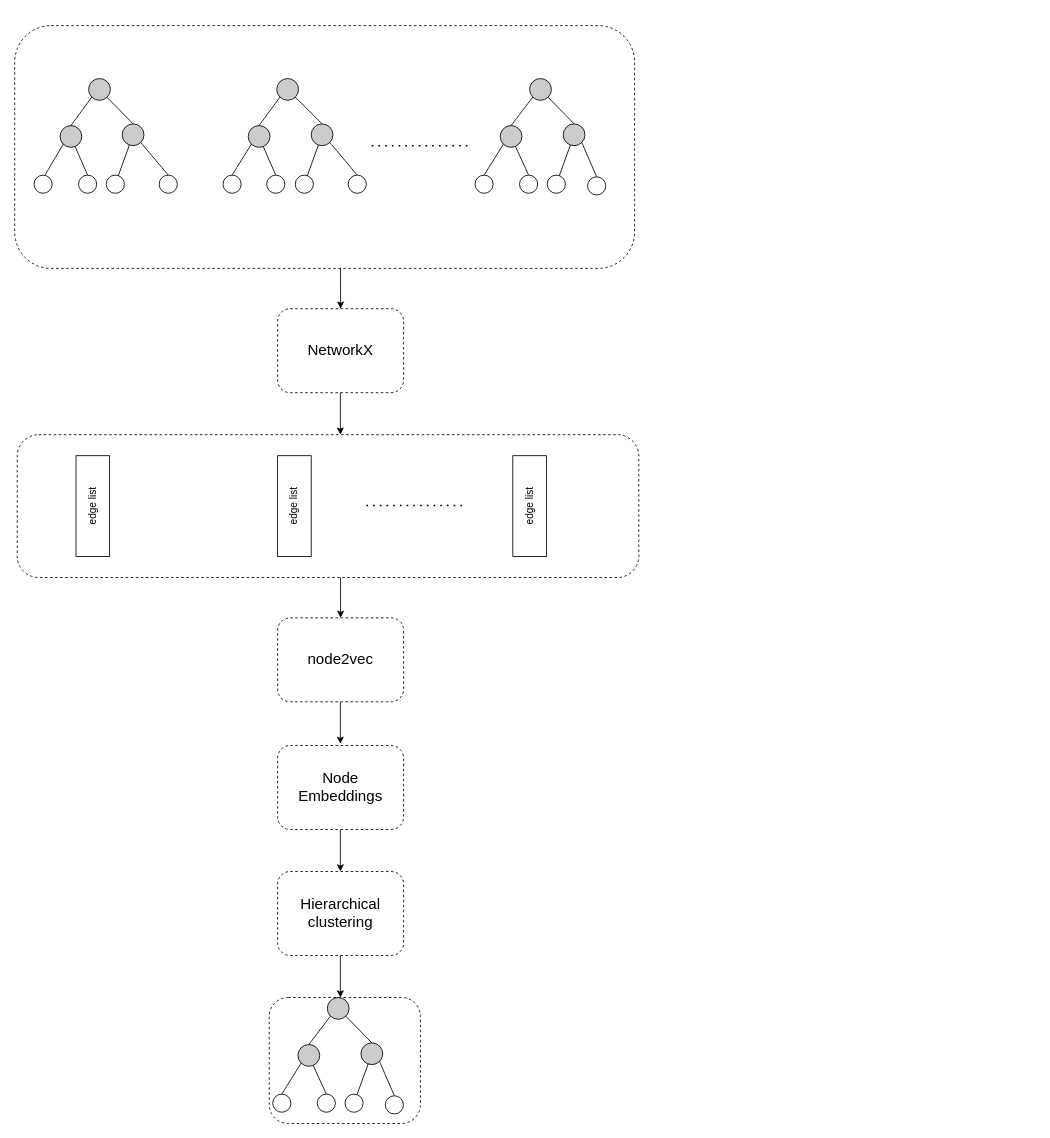
Above: page "Page-2" (1 of 2) of img/Diagram.drawio in habibsifat/ConsensusTree (draw.io), before the change. Source tidied: cells renumbered, new cells numbered last; positions are measured from the earlier drawing's top-left corner, leaving out a move shared by most shapes. Both pictures are drawn from the tidied source at 84%, with x=0, y=0 at pixel (14, 25).
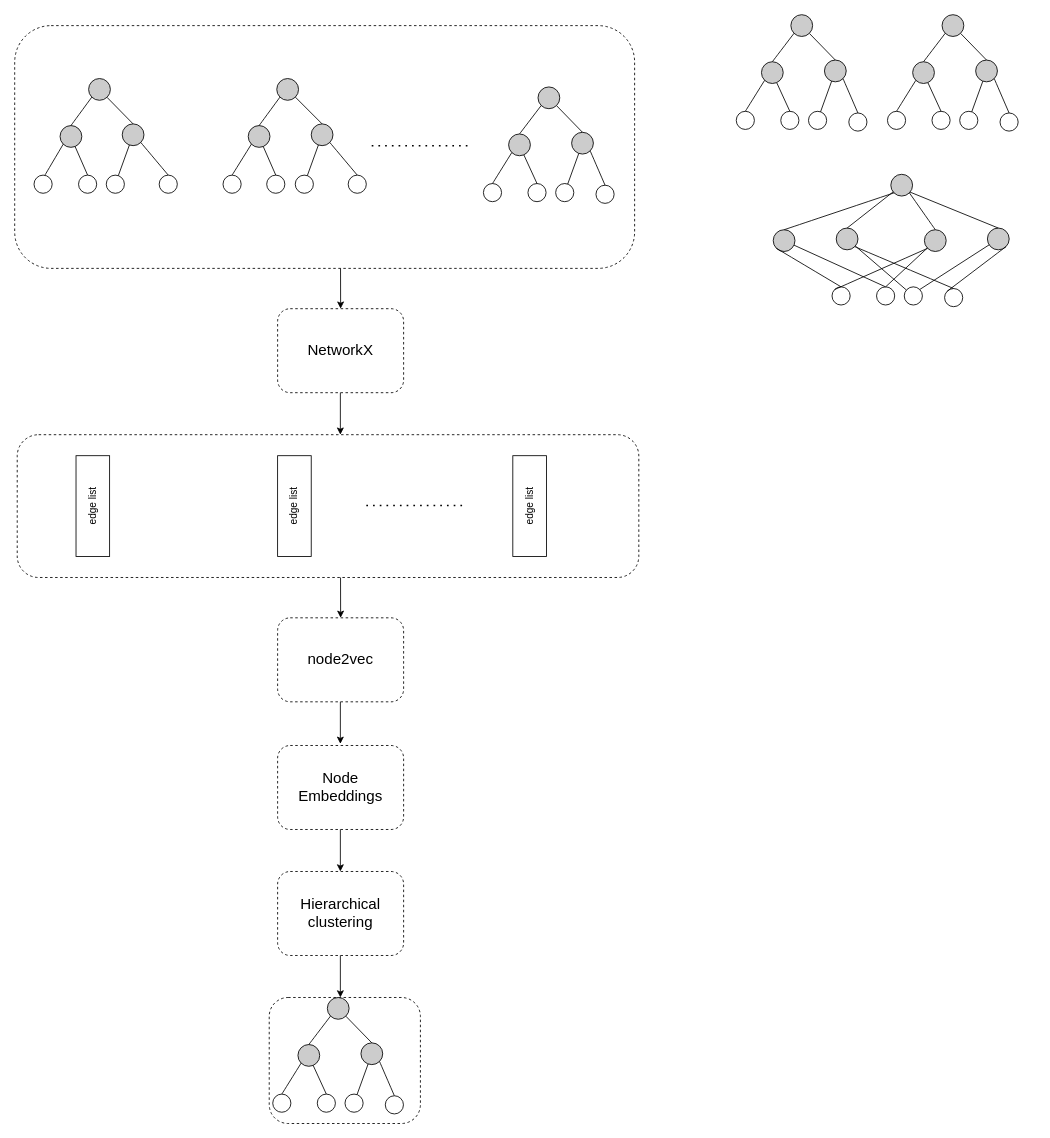
The same diagram, later.

Unchanged cells that the change refers to:
```xml
<mxCell id="10" value="&lt;b&gt;&lt;br&gt;&lt;/b&gt;" style="ellipse;whiteSpace=wrap;html=1;fontSize=20;fillColor=#CCCCCC;rotation=0;" parent="6" vertex="1">
  <mxGeometry x="30" y="56" width="25.9" height="25.9" as="geometry" />
</mxCell>
<mxCell id="11" value="&lt;b&gt;&lt;br&gt;&lt;/b&gt;" style="ellipse;whiteSpace=wrap;html=1;fontSize=20;fillColor=#CCCCCC;rotation=0;" parent="6" vertex="1">
  <mxGeometry x="105" y="54" width="25.9" height="25.9" as="geometry" />
</mxCell>
```

The edit, as a diff of the source:
```diff
@@
     <mxCell id="6" style="group;dashed=1;dashPattern=12 12;" parent="1" vertex="1">
-      <mxGeometry x="548" y="63" width="161.6" height="136.6" as="geometry" />
+      <mxGeometry x="873" y="187" width="161.6" height="136.6" as="geometry" />
     </mxCell>
-    <mxCell id="7" style="endArrow=none;html=1;rounded=0;" parent="6" edge="1" source="13">
-      <mxGeometry relative="1" as="geometry">
-        <mxPoint x="87" y="10" as="targetPoint" />
-      </mxGeometry>
-    </mxCell>
@@
-    <mxCell id="12" style="endArrow=none;html=1;rounded=0;exitX=0.5;exitY=0;exitDx=0;exitDy=0;" parent="6" edge="1" source="11" target="13">
-      <mxGeometry relative="1" as="geometry" />
-    </mxCell>
-    <mxCell id="13" value="&lt;b&gt;&lt;br&gt;&lt;/b&gt;" style="ellipse;whiteSpace=wrap;html=1;fontSize=20;fillColor=#CCCCCC;rotation=0;" parent="6" vertex="1">
-      <mxGeometry x="65" width="25.9" height="25.9" as="geometry" />
-    </mxCell>
-    <mxCell id="14" style="endArrow=none;html=1;rounded=0;fontSize=12;startSize=8;endSize=8;curved=1;exitX=1;exitY=1;exitDx=0;exitDy=0;entryX=0.5;entryY=0;entryDx=0;entryDy=0;" parent="6" edge="1" source="11" target="19">
-      <mxGeometry relative="1" as="geometry" />
-    </mxCell>
-    <mxCell id="15" style="ellipse;whiteSpace=wrap;html=1;fontSize=20;rotation=0;" parent="6" vertex="1">
-      <mxGeometry y="115" width="21.6" height="21.6" as="geometry" />
-    </mxCell>
-    <mxCell id="16" style="ellipse;whiteSpace=wrap;html=1;fontSize=20;rotation=0;" parent="6" vertex="1">
-      <mxGeometry x="53" y="115" width="21.6" height="21.6" as="geometry" />
-    </mxCell>
-    <mxCell id="17" style="endArrow=none;html=1;rounded=0;" parent="6" edge="1" target="18">
-      <mxGeometry relative="1" as="geometry">
-        <mxPoint x="97" y="123" as="sourcePoint" />
-      </mxGeometry>
-    </mxCell>
-    <mxCell id="18" style="ellipse;whiteSpace=wrap;html=1;fontSize=20;rotation=0;" parent="6" vertex="1">
-      <mxGeometry x="86" y="115" width="21.6" height="21.6" as="geometry" />
-    </mxCell>
-    <mxCell id="19" style="ellipse;whiteSpace=wrap;html=1;fontSize=20;rotation=0;" parent="6" vertex="1">
-      <mxGeometry x="134" y="117" width="21.6" height="21.6" as="geometry" />
-    </mxCell>
-    <mxCell id="20" style="endArrow=none;html=1;rounded=0;entryX=0.5;entryY=0;entryDx=0;entryDy=0;" parent="6" edge="1" source="10" target="16">
-      <mxGeometry relative="1" as="geometry" />
-    </mxCell>
-    <mxCell id="21" style="endArrow=none;html=1;rounded=0;fontSize=12;startSize=8;endSize=8;curved=1;entryX=0;entryY=1;entryDx=0;entryDy=0;exitX=0.5;exitY=0;exitDx=0;exitDy=0;" parent="6" edge="1" source="10" target="13">
-      <mxGeometry relative="1" as="geometry" />
-    </mxCell>
-    <mxCell id="22" style="endArrow=none;html=1;rounded=0;" parent="6" edge="1" source="18" target="11">
-      <mxGeometry relative="1" as="geometry" />
-    </mxCell>
-    <mxCell id="23" style="endArrow=none;html=1;rounded=0;fontSize=12;startSize=8;endSize=8;curved=1;entryX=0;entryY=1;entryDx=0;entryDy=0;exitX=0.5;exitY=0;exitDx=0;exitDy=0;" parent="6" edge="1" source="15" target="10">
-      <mxGeometry relative="1" as="geometry" />
-    </mxCell>
@@
+    <mxCell id="91" style="group;dashed=1;dashPattern=12 12;" parent="1" vertex="1">
+      <mxGeometry x="558" y="73" width="161.6" height="136.6" as="geometry" />
+    </mxCell>
+    <mxCell id="92" style="endArrow=none;html=1;rounded=0;" parent="91" edge="1" source="98">
+      <mxGeometry relative="1" as="geometry">
+        <mxPoint x="87" y="10" as="targetPoint" />
+      </mxGeometry>
+    </mxCell>
+    <mxCell id="93" style="endArrow=none;html=1;rounded=0;" parent="91" edge="1" source="96">
+      <mxGeometry relative="1" as="geometry">
+        <mxPoint x="128" y="67" as="targetPoint" />
+      </mxGeometry>
+    </mxCell>
+    <mxCell id="94" style="endArrow=none;html=1;rounded=0;" parent="91" edge="1" target="95">
+      <mxGeometry relative="1" as="geometry">
+        <mxPoint x="45" y="67" as="sourcePoint" />
+      </mxGeometry>
+    </mxCell>
+    <mxCell id="95" value="&lt;b&gt;&lt;br&gt;&lt;/b&gt;" style="ellipse;whiteSpace=wrap;html=1;fontSize=20;fillColor=#CCCCCC;rotation=0;" parent="91" vertex="1">
+      <mxGeometry x="30" y="56" width="25.9" height="25.9" as="geometry" />
+    </mxCell>
+    <mxCell id="96" value="&lt;b&gt;&lt;br&gt;&lt;/b&gt;" style="ellipse;whiteSpace=wrap;html=1;fontSize=20;fillColor=#CCCCCC;rotation=0;" parent="91" vertex="1">
+      <mxGeometry x="105" y="54" width="25.9" height="25.9" as="geometry" />
+    </mxCell>
+    <mxCell id="97" style="endArrow=none;html=1;rounded=0;exitX=0.5;exitY=0;exitDx=0;exitDy=0;" parent="91" edge="1" source="96" target="98">
+      <mxGeometry relative="1" as="geometry" />
+    </mxCell>
+    <mxCell id="98" value="&lt;b&gt;&lt;br&gt;&lt;/b&gt;" style="ellipse;whiteSpace=wrap;html=1;fontSize=20;fillColor=#CCCCCC;rotation=0;" parent="91" vertex="1">
+      <mxGeometry x="65" width="25.9" height="25.9" as="geometry" />
+    </mxCell>
+    <mxCell id="99" style="endArrow=none;html=1;rounded=0;fontSize=12;startSize=8;endSize=8;curved=1;exitX=1;exitY=1;exitDx=0;exitDy=0;entryX=0.5;entryY=0;entryDx=0;entryDy=0;" parent="91" edge="1" source="96" target="104">
+      <mxGeometry relative="1" as="geometry" />
+    </mxCell>
+    <mxCell id="100" style="ellipse;whiteSpace=wrap;html=1;fontSize=20;rotation=0;" parent="91" vertex="1">
+      <mxGeometry y="115" width="21.6" height="21.6" as="geometry" />
+    </mxCell>
+    <mxCell id="101" style="ellipse;whiteSpace=wrap;html=1;fontSize=20;rotation=0;" parent="91" vertex="1">
+      <mxGeometry x="53" y="115" width="21.6" height="21.6" as="geometry" />
+    </mxCell>
+    <mxCell id="102" style="endArrow=none;html=1;rounded=0;" parent="91" edge="1" target="103">
+      <mxGeometry relative="1" as="geometry">
+        <mxPoint x="97" y="123" as="sourcePoint" />
+      </mxGeometry>
+    </mxCell>
+    <mxCell id="103" style="ellipse;whiteSpace=wrap;html=1;fontSize=20;rotation=0;" parent="91" vertex="1">
+      <mxGeometry x="86" y="115" width="21.6" height="21.6" as="geometry" />
+    </mxCell>
+    <mxCell id="104" style="ellipse;whiteSpace=wrap;html=1;fontSize=20;rotation=0;" parent="91" vertex="1">
+      <mxGeometry x="134" y="117" width="21.6" height="21.6" as="geometry" />
+    </mxCell>
+    <mxCell id="105" style="endArrow=none;html=1;rounded=0;entryX=0.5;entryY=0;entryDx=0;entryDy=0;" parent="91" edge="1" source="95" target="101">
+      <mxGeometry relative="1" as="geometry" />
+    </mxCell>
+    <mxCell id="106" style="endArrow=none;html=1;rounded=0;fontSize=12;startSize=8;endSize=8;curved=1;entryX=0;entryY=1;entryDx=0;entryDy=0;exitX=0.5;exitY=0;exitDx=0;exitDy=0;" parent="91" edge="1" source="95" target="98">
+      <mxGeometry relative="1" as="geometry" />
+    </mxCell>
+    <mxCell id="107" style="endArrow=none;html=1;rounded=0;" parent="91" edge="1" source="103" target="96">
+      <mxGeometry relative="1" as="geometry" />
+    </mxCell>
+    <mxCell id="108" style="endArrow=none;html=1;rounded=0;fontSize=12;startSize=8;endSize=8;curved=1;entryX=0;entryY=1;entryDx=0;entryDy=0;exitX=0.5;exitY=0;exitDx=0;exitDy=0;" parent="91" edge="1" source="100" target="95">
+      <mxGeometry relative="1" as="geometry" />
+    </mxCell>
+    <mxCell id="109" style="group;dashed=1;dashPattern=12 12;" parent="1" vertex="1">
+      <mxGeometry x="1053" y="187" width="161.6" height="136.6" as="geometry" />
+    </mxCell>
+    <mxCell id="110" style="endArrow=none;html=1;rounded=0;" parent="109" edge="1" source="113">
+      <mxGeometry relative="1" as="geometry">
+        <mxPoint x="128" y="67" as="targetPoint" />
+      </mxGeometry>
+    </mxCell>
+    <mxCell id="111" style="endArrow=none;html=1;rounded=0;" parent="109" edge="1" target="112">
+      <mxGeometry relative="1" as="geometry">
+        <mxPoint x="45" y="67" as="sourcePoint" />
+      </mxGeometry>
+    </mxCell>
+    <mxCell id="112" value="&lt;b&gt;&lt;br&gt;&lt;/b&gt;" style="ellipse;whiteSpace=wrap;html=1;fontSize=20;fillColor=#CCCCCC;rotation=0;" parent="109" vertex="1">
+      <mxGeometry x="30" y="56" width="25.9" height="25.9" as="geometry" />
+    </mxCell>
+    <mxCell id="113" value="&lt;b&gt;&lt;br&gt;&lt;/b&gt;" style="ellipse;whiteSpace=wrap;html=1;fontSize=20;fillColor=#CCCCCC;rotation=0;" parent="109" vertex="1">
+      <mxGeometry x="105" y="54" width="25.9" height="25.9" as="geometry" />
+    </mxCell>
+    <mxCell id="114" style="endArrow=none;html=1;rounded=0;exitX=0.5;exitY=0;exitDx=0;exitDy=0;" parent="109" edge="1" source="113">
+      <mxGeometry relative="1" as="geometry">
+        <mxPoint x="10" y="10" as="targetPoint" />
+      </mxGeometry>
+    </mxCell>
+    <mxCell id="115" style="endArrow=none;html=1;rounded=0;fontSize=12;startSize=8;endSize=8;curved=1;entryX=1;entryY=1;entryDx=0;entryDy=0;exitX=0.5;exitY=0;exitDx=0;exitDy=0;" parent="109" edge="1" source="112" target="13">
+      <mxGeometry relative="1" as="geometry" />
+    </mxCell>
+    <mxCell id="13" value="&lt;b&gt;&lt;br&gt;&lt;/b&gt;" style="ellipse;whiteSpace=wrap;html=1;fontSize=20;fillColor=#CCCCCC;rotation=0;" parent="109" vertex="1">
+      <mxGeometry x="-10" y="-10" width="25.9" height="25.9" as="geometry" />
+    </mxCell>
+    <mxCell id="12" style="endArrow=none;html=1;rounded=0;exitX=0.5;exitY=0;exitDx=0;exitDy=0;" parent="1" edge="1" source="11" target="13">
+      <mxGeometry relative="1" as="geometry" />
+    </mxCell>
+    <mxCell id="21" style="endArrow=none;html=1;rounded=0;fontSize=12;startSize=8;endSize=8;curved=1;entryX=0;entryY=1;entryDx=0;entryDy=0;exitX=0.5;exitY=0;exitDx=0;exitDy=0;" parent="1" edge="1" source="10" target="13">
+      <mxGeometry relative="1" as="geometry" />
+    </mxCell>
+    <mxCell id="15" style="ellipse;whiteSpace=wrap;html=1;fontSize=20;rotation=0;" parent="1" vertex="1">
+      <mxGeometry x="973" y="311" width="21.6" height="21.6" as="geometry" />
+    </mxCell>
+    <mxCell id="16" style="ellipse;whiteSpace=wrap;html=1;fontSize=20;rotation=0;" parent="1" vertex="1">
+      <mxGeometry x="1026" y="311" width="21.6" height="21.6" as="geometry" />
+    </mxCell>
+    <mxCell id="17" style="endArrow=none;html=1;rounded=0;" parent="1" edge="1" target="18">
+      <mxGeometry relative="1" as="geometry">
+        <mxPoint x="1070" y="319" as="sourcePoint" />
+      </mxGeometry>
+    </mxCell>
+    <mxCell id="18" style="ellipse;whiteSpace=wrap;html=1;fontSize=20;rotation=0;" parent="1" vertex="1">
+      <mxGeometry x="1059" y="311" width="21.6" height="21.6" as="geometry" />
+    </mxCell>
+    <mxCell id="19" style="ellipse;whiteSpace=wrap;html=1;fontSize=20;rotation=0;" parent="1" vertex="1">
+      <mxGeometry x="1107" y="313" width="21.6" height="21.6" as="geometry" />
+    </mxCell>
+    <mxCell id="23" style="endArrow=none;html=1;rounded=0;fontSize=12;startSize=8;endSize=8;curved=1;entryX=0;entryY=1;entryDx=0;entryDy=0;exitX=0.5;exitY=0;exitDx=0;exitDy=0;" parent="1" edge="1" source="15" target="10">
+      <mxGeometry relative="1" as="geometry" />
+    </mxCell>
+    <mxCell id="20" style="endArrow=none;html=1;rounded=0;entryX=0.5;entryY=0;entryDx=0;entryDy=0;" parent="1" edge="1" source="10" target="16">
+      <mxGeometry relative="1" as="geometry" />
+    </mxCell>
+    <mxCell id="22" style="endArrow=none;html=1;rounded=0;" parent="1" edge="1" source="18" target="11">
+      <mxGeometry relative="1" as="geometry" />
+    </mxCell>
+    <mxCell id="14" style="endArrow=none;html=1;rounded=0;fontSize=12;startSize=8;endSize=8;curved=1;exitX=1;exitY=1;exitDx=0;exitDy=0;entryX=0.5;entryY=0;entryDx=0;entryDy=0;" parent="1" edge="1" source="11" target="19">
+      <mxGeometry relative="1" as="geometry" />
+    </mxCell>
+    <mxCell id="116" style="endArrow=none;html=1;rounded=0;fontSize=12;startSize=8;endSize=8;curved=1;entryX=0;entryY=1;entryDx=0;entryDy=0;exitX=0;exitY=0;exitDx=0;exitDy=0;" parent="1" edge="1" source="15" target="112">
+      <mxGeometry relative="1" as="geometry" />
+    </mxCell>
+    <mxCell id="117" style="endArrow=none;html=1;rounded=0;entryX=0.5;entryY=0;entryDx=0;entryDy=0;" parent="1" edge="1" source="112" target="16">
+      <mxGeometry relative="1" as="geometry" />
+    </mxCell>
+    <mxCell id="118" style="endArrow=none;html=1;rounded=0;exitX=1;exitY=0;exitDx=0;exitDy=0;" parent="1" edge="1" source="18" target="113">
+      <mxGeometry relative="1" as="geometry" />
+    </mxCell>
+    <mxCell id="119" style="endArrow=none;html=1;rounded=0;fontSize=12;startSize=8;endSize=8;curved=1;exitX=1;exitY=1;exitDx=0;exitDy=0;entryX=0;entryY=0;entryDx=0;entryDy=0;" parent="1" edge="1" source="113" target="19">
+      <mxGeometry relative="1" as="geometry" />
+    </mxCell>
+    <mxCell id="120" style="group;dashed=1;dashPattern=12 12;" parent="1" vertex="1">
+      <mxGeometry x="859" y="-13" width="161.6" height="136.6" as="geometry" />
+    </mxCell>
+    <mxCell id="121" style="endArrow=none;html=1;rounded=0;" parent="120" edge="1" source="127">
+      <mxGeometry relative="1" as="geometry">
+        <mxPoint x="87" y="10" as="targetPoint" />
+      </mxGeometry>
+    </mxCell>
+    <mxCell id="122" style="endArrow=none;html=1;rounded=0;" parent="120" edge="1" source="125">
+      <mxGeometry relative="1" as="geometry">
+        <mxPoint x="128" y="67" as="targetPoint" />
+      </mxGeometry>
+    </mxCell>
+    <mxCell id="123" style="endArrow=none;html=1;rounded=0;" parent="120" edge="1" target="124">
+      <mxGeometry relative="1" as="geometry">
+        <mxPoint x="45" y="67" as="sourcePoint" />
+      </mxGeometry>
+    </mxCell>
+    <mxCell id="124" value="&lt;b&gt;&lt;br&gt;&lt;/b&gt;" style="ellipse;whiteSpace=wrap;html=1;fontSize=20;fillColor=#CCCCCC;rotation=0;" parent="120" vertex="1">
+      <mxGeometry x="30" y="56" width="25.9" height="25.9" as="geometry" />
+    </mxCell>
+    <mxCell id="125" value="&lt;b&gt;&lt;br&gt;&lt;/b&gt;" style="ellipse;whiteSpace=wrap;html=1;fontSize=20;fillColor=#CCCCCC;rotation=0;" parent="120" vertex="1">
+      <mxGeometry x="105" y="54" width="25.9" height="25.9" as="geometry" />
+    </mxCell>
+    <mxCell id="126" style="endArrow=none;html=1;rounded=0;exitX=0.5;exitY=0;exitDx=0;exitDy=0;" parent="120" edge="1" source="125" target="127">
+      <mxGeometry relative="1" as="geometry" />
+    </mxCell>
+    <mxCell id="127" value="&lt;b&gt;&lt;br&gt;&lt;/b&gt;" style="ellipse;whiteSpace=wrap;html=1;fontSize=20;fillColor=#CCCCCC;rotation=0;" parent="120" vertex="1">
+      <mxGeometry x="65" width="25.9" height="25.9" as="geometry" />
+    </mxCell>
+    <mxCell id="128" style="endArrow=none;html=1;rounded=0;fontSize=12;startSize=8;endSize=8;curved=1;exitX=1;exitY=1;exitDx=0;exitDy=0;entryX=0.5;entryY=0;entryDx=0;entryDy=0;" parent="120" edge="1" source="125" target="133">
+      <mxGeometry relative="1" as="geometry" />
+    </mxCell>
+    <mxCell id="129" style="ellipse;whiteSpace=wrap;html=1;fontSize=20;rotation=0;" parent="120" vertex="1">
+      <mxGeometry y="115" width="21.6" height="21.6" as="geometry" />
+    </mxCell>
+    <mxCell id="130" style="ellipse;whiteSpace=wrap;html=1;fontSize=20;rotation=0;" parent="120" vertex="1">
+      <mxGeometry x="53" y="115" width="21.6" height="21.6" as="geometry" />
+    </mxCell>
+    <mxCell id="131" style="endArrow=none;html=1;rounded=0;" parent="120" edge="1" target="132">
+      <mxGeometry relative="1" as="geometry">
+        <mxPoint x="97" y="123" as="sourcePoint" />
+      </mxGeometry>
+    </mxCell>
+    <mxCell id="132" style="ellipse;whiteSpace=wrap;html=1;fontSize=20;rotation=0;" parent="120" vertex="1">
+      <mxGeometry x="86" y="115" width="21.6" height="21.6" as="geometry" />
+    </mxCell>
+    <mxCell id="133" style="ellipse;whiteSpace=wrap;html=1;fontSize=20;rotation=0;" parent="120" vertex="1">
+      <mxGeometry x="134" y="117" width="21.6" height="21.6" as="geometry" />
+    </mxCell>
+    <mxCell id="134" style="endArrow=none;html=1;rounded=0;entryX=0.5;entryY=0;entryDx=0;entryDy=0;" parent="120" edge="1" source="124" target="130">
+      <mxGeometry relative="1" as="geometry" />
+    </mxCell>
+    <mxCell id="135" style="endArrow=none;html=1;rounded=0;fontSize=12;startSize=8;endSize=8;curved=1;entryX=0;entryY=1;entryDx=0;entryDy=0;exitX=0.5;exitY=0;exitDx=0;exitDy=0;" parent="120" edge="1" source="124" target="127">
+      <mxGeometry relative="1" as="geometry" />
+    </mxCell>
+    <mxCell id="136" style="endArrow=none;html=1;rounded=0;" parent="120" edge="1" source="132" target="125">
+      <mxGeometry relative="1" as="geometry" />
+    </mxCell>
+    <mxCell id="137" style="endArrow=none;html=1;rounded=0;fontSize=12;startSize=8;endSize=8;curved=1;entryX=0;entryY=1;entryDx=0;entryDy=0;exitX=0.5;exitY=0;exitDx=0;exitDy=0;" parent="120" edge="1" source="129" target="124">
+      <mxGeometry relative="1" as="geometry" />
+    </mxCell>
+    <mxCell id="138" style="group;dashed=1;dashPattern=12 12;" parent="1" vertex="1">
+      <mxGeometry x="1039" y="-13" width="161.6" height="136.6" as="geometry" />
+    </mxCell>
+    <mxCell id="139" style="endArrow=none;html=1;rounded=0;" parent="138" edge="1" source="145">
+      <mxGeometry relative="1" as="geometry">
+        <mxPoint x="87" y="10" as="targetPoint" />
+      </mxGeometry>
+    </mxCell>
+    <mxCell id="140" style="endArrow=none;html=1;rounded=0;" parent="138" edge="1" source="143">
+      <mxGeometry relative="1" as="geometry">
+        <mxPoint x="128" y="67" as="targetPoint" />
+      </mxGeometry>
+    </mxCell>
+    <mxCell id="141" style="endArrow=none;html=1;rounded=0;" parent="138" edge="1" target="142">
+      <mxGeometry relative="1" as="geometry">
+        <mxPoint x="45" y="67" as="sourcePoint" />
+      </mxGeometry>
+    </mxCell>
+    <mxCell id="142" value="&lt;b&gt;&lt;br&gt;&lt;/b&gt;" style="ellipse;whiteSpace=wrap;html=1;fontSize=20;fillColor=#CCCCCC;rotation=0;" parent="138" vertex="1">
+      <mxGeometry x="30" y="56" width="25.9" height="25.9" as="geometry" />
+    </mxCell>
+    <mxCell id="143" value="&lt;b&gt;&lt;br&gt;&lt;/b&gt;" style="ellipse;whiteSpace=wrap;html=1;fontSize=20;fillColor=#CCCCCC;rotation=0;" parent="138" vertex="1">
+      <mxGeometry x="105" y="54" width="25.9" height="25.9" as="geometry" />
+    </mxCell>
+    <mxCell id="144" style="endArrow=none;html=1;rounded=0;exitX=0.5;exitY=0;exitDx=0;exitDy=0;" parent="138" edge="1" source="143" target="145">
+      <mxGeometry relative="1" as="geometry" />
+    </mxCell>
+    <mxCell id="145" value="&lt;b&gt;&lt;br&gt;&lt;/b&gt;" style="ellipse;whiteSpace=wrap;html=1;fontSize=20;fillColor=#CCCCCC;rotation=0;" parent="138" vertex="1">
+      <mxGeometry x="65" width="25.9" height="25.9" as="geometry" />
+    </mxCell>
+    <mxCell id="146" style="endArrow=none;html=1;rounded=0;fontSize=12;startSize=8;endSize=8;curved=1;exitX=1;exitY=1;exitDx=0;exitDy=0;entryX=0.5;entryY=0;entryDx=0;entryDy=0;" parent="138" edge="1" source="143" target="151">
+      <mxGeometry relative="1" as="geometry" />
+    </mxCell>
+    <mxCell id="147" style="ellipse;whiteSpace=wrap;html=1;fontSize=20;rotation=0;" parent="138" vertex="1">
+      <mxGeometry y="115" width="21.6" height="21.6" as="geometry" />
+    </mxCell>
+    <mxCell id="148" style="ellipse;whiteSpace=wrap;html=1;fontSize=20;rotation=0;" parent="138" vertex="1">
+      <mxGeometry x="53" y="115" width="21.6" height="21.6" as="geometry" />
+    </mxCell>
+    <mxCell id="149" style="endArrow=none;html=1;rounded=0;" parent="138" edge="1" target="150">
+      <mxGeometry relative="1" as="geometry">
+        <mxPoint x="97" y="123" as="sourcePoint" />
+      </mxGeometry>
+    </mxCell>
+    <mxCell id="150" style="ellipse;whiteSpace=wrap;html=1;fontSize=20;rotation=0;" parent="138" vertex="1">
+      <mxGeometry x="86" y="115" width="21.6" height="21.6" as="geometry" />
+    </mxCell>
+    <mxCell id="151" style="ellipse;whiteSpace=wrap;html=1;fontSize=20;rotation=0;" parent="138" vertex="1">
+      <mxGeometry x="134" y="117" width="21.6" height="21.6" as="geometry" />
+    </mxCell>
+    <mxCell id="152" style="endArrow=none;html=1;rounded=0;entryX=0.5;entryY=0;entryDx=0;entryDy=0;" parent="138" edge="1" source="142" target="148">
+      <mxGeometry relative="1" as="geometry" />
+    </mxCell>
+    <mxCell id="153" style="endArrow=none;html=1;rounded=0;fontSize=12;startSize=8;endSize=8;curved=1;entryX=0;entryY=1;entryDx=0;entryDy=0;exitX=0.5;exitY=0;exitDx=0;exitDy=0;" parent="138" edge="1" source="142" target="145">
+      <mxGeometry relative="1" as="geometry" />
+    </mxCell>
+    <mxCell id="154" style="endArrow=none;html=1;rounded=0;" parent="138" edge="1" source="150" target="143">
+      <mxGeometry relative="1" as="geometry" />
+    </mxCell>
+    <mxCell id="155" style="endArrow=none;html=1;rounded=0;fontSize=12;startSize=8;endSize=8;curved=1;entryX=0;entryY=1;entryDx=0;entryDy=0;exitX=0.5;exitY=0;exitDx=0;exitDy=0;" parent="138" edge="1" source="147" target="142">
+      <mxGeometry relative="1" as="geometry" />
+    </mxCell>
```
